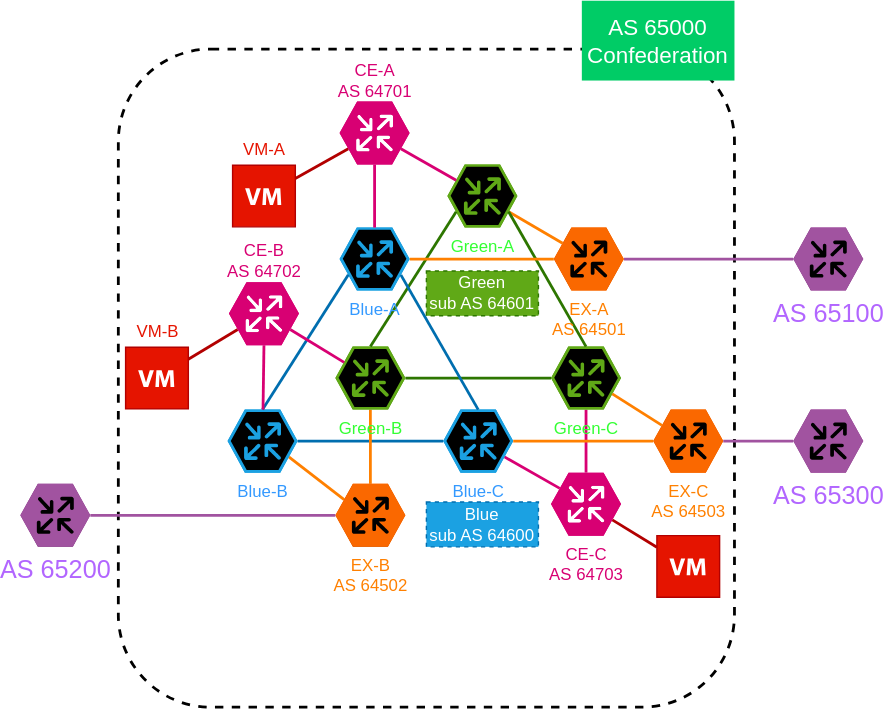
The draw.io diagram memo/topo.svg in Sabaniki/bg-switcher, before a commit. Source tidied: cells renumbered, new cells last; positions are measured from the earlier drawing's top-left corner, leaving out a move shared by most shapes.
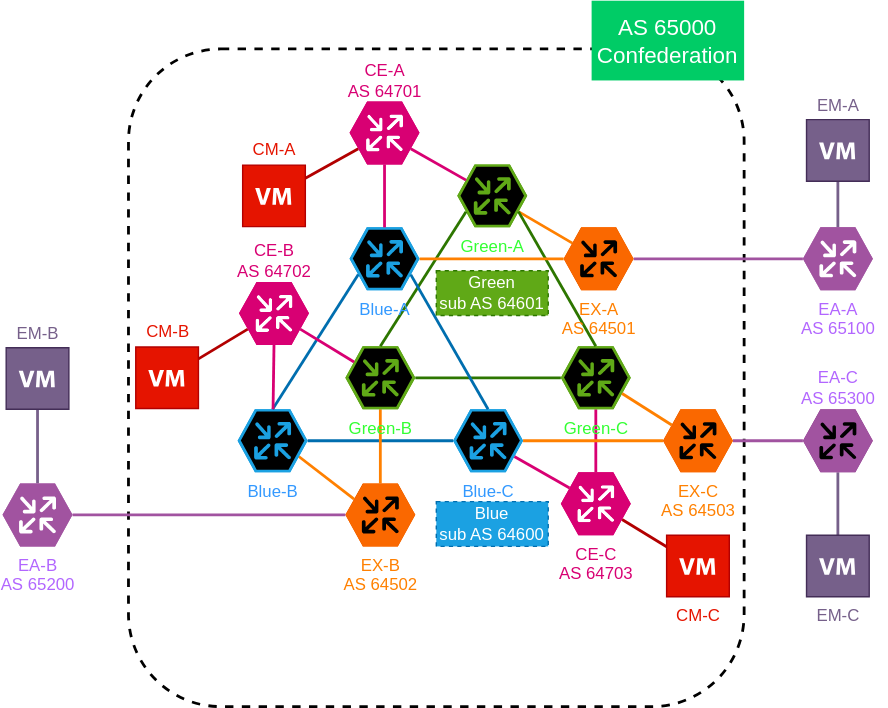
The same file after the commit.

Change to the diagram source:
```diff
@@ -47,7 +47,7 @@
     <mxCell id="16" style="edgeStyle=none;html=1;endArrow=none;endFill=0;strokeWidth=2;fillColor=#60a917;strokeColor=#2D7600;exitX=1;exitY=0.5;exitDx=0;exitDy=0;exitPerimeter=0;" parent="1" edge="1" source="11" target="14">
       <mxGeometry relative="1" as="geometry" />
     </mxCell>
-    <mxCell id="17" style="edgeStyle=none;html=1;exitX=1;exitY=0.5;exitDx=0;exitDy=0;exitPerimeter=0;entryX=0;entryY=0.5;entryDx=0;entryDy=0;entryPerimeter=0;fontSize=16;fontColor=#B266FF;endArrow=none;endFill=0;strokeWidth=2;fillColor=#76608a;strokeColor=#A153A0;" parent="1" edge="1" source="18" target="29">
+    <mxCell id="17" style="edgeStyle=none;html=1;exitX=1;exitY=0.5;exitDx=0;exitDy=0;exitPerimeter=0;entryX=0;entryY=0.5;entryDx=0;entryDy=0;entryPerimeter=0;fontSize=16;fontColor=#B266FF;endArrow=none;endFill=0;strokeWidth=2;fillColor=#76608a;strokeColor=#A153A0;" parent="1" edge="1" source="18" target="61">
       <mxGeometry relative="1" as="geometry" />
     </mxCell>
     <mxCell id="18" value="&lt;font color=&quot;#ff8000&quot;&gt;EX-A&lt;br&gt;AS 64501&lt;br&gt;&lt;/font&gt;" style="verticalLabelPosition=bottom;sketch=0;html=1;fillColor=#fa6800;strokeColor=default;verticalAlign=top;align=center;points=[[0,0.5,0],[0.125,0.25,0],[0.25,0,0],[0.5,0,0],[0.75,0,0],[0.875,0.25,0],[1,0.5,0],[0.875,0.75,0],[0.75,1,0],[0.5,1,0],[0.125,0.75,0]];shape=mxgraph.cisco_safe.compositeIcon;bgIcon=mxgraph.cisco_safe.design.blank_device;resIcon=mxgraph.cisco_safe.design.router;fontColor=#000000;direction=east;" parent="1" vertex="1">
@@ -83,18 +83,25 @@
     <mxCell id="28" value="&lt;font color=&quot;#ffffff&quot; style=&quot;font-size: 16px&quot;&gt;AS 65000&lt;br&gt;Confederation&lt;br&gt;&lt;/font&gt;" style="text;html=1;strokeColor=none;fillColor=#00CC66;align=center;verticalAlign=middle;whiteSpace=wrap;rounded=0;dashed=1;fontColor=#FF8000;direction=east;" parent="1" vertex="1">
       <mxGeometry x="401" width="109" height="57" as="geometry" />
     </mxCell>
-    <mxCell id="29" value="&lt;font color=&quot;#b266ff&quot;&gt;AS 65100&lt;/font&gt;" style="verticalLabelPosition=bottom;sketch=0;html=1;fillColor=#A153A0;strokeColor=default;verticalAlign=top;align=center;points=[[0,0.5,0],[0.125,0.25,0],[0.25,0,0],[0.5,0,0],[0.75,0,0],[0.875,0.25,0],[1,0.5,0],[0.875,0.75,0],[0.75,1,0],[0.5,1,0],[0.125,0.75,0]];shape=mxgraph.cisco_safe.compositeIcon;bgIcon=mxgraph.cisco_safe.design.blank_device;resIcon=mxgraph.cisco_safe.design.router;dashed=1;fontSize=18;fontColor=#FFFFFF;direction=east;" parent="1" vertex="1">
-      <mxGeometry x="552" y="162" width="50" height="45" as="geometry" />
-    </mxCell>
+    <mxCell id="52" style="edgeStyle=none;html=1;exitX=0.5;exitY=0;exitDx=0;exitDy=0;exitPerimeter=0;fontSize=12;fontColor=none;endArrow=none;endFill=0;strokeColor=#76608A;strokeWidth=2;" parent="1" edge="1" target="57">
+      <mxGeometry relative="1" as="geometry">
+        <mxPoint x="577" y="162" as="sourcePoint" />
+      </mxGeometry>
+    </mxCell>
+    <mxCell id="53" style="edgeStyle=none;html=1;exitX=0.5;exitY=1;exitDx=0;exitDy=0;exitPerimeter=0;fontSize=12;fontColor=none;endArrow=none;endFill=0;strokeColor=#76608A;strokeWidth=2;" parent="1" edge="1" source="30" target="58">
+      <mxGeometry relative="1" as="geometry" />
+    </mxCell>
-    <mxCell id="30" value="&lt;font color=&quot;#b266ff&quot;&gt;AS 65300&lt;/font&gt;" style="verticalLabelPosition=bottom;sketch=0;html=1;fillColor=#A153A0;strokeColor=default;verticalAlign=top;align=center;points=[[0,0.5,0],[0.125,0.25,0],[0.25,0,0],[0.5,0,0],[0.75,0,0],[0.875,0.25,0],[1,0.5,0],[0.875,0.75,0],[0.75,1,0],[0.5,1,0],[0.125,0.75,0]];shape=mxgraph.cisco_safe.compositeIcon;bgIcon=mxgraph.cisco_safe.design.blank_device;resIcon=mxgraph.cisco_safe.design.router;dashed=1;fontSize=18;fontColor=#FFFFFF;direction=east;" parent="1" vertex="1">
+    <mxCell id="30" style="verticalLabelPosition=bottom;sketch=0;html=1;fillColor=#A153A0;strokeColor=default;verticalAlign=top;align=center;points=[[0,0.5,0],[0.125,0.25,0],[0.25,0,0],[0.5,0,0],[0.75,0,0],[0.875,0.25,0],[1,0.5,0],[0.875,0.75,0],[0.75,1,0],[0.5,1,0],[0.125,0.75,0]];shape=mxgraph.cisco_safe.compositeIcon;bgIcon=mxgraph.cisco_safe.design.blank_device;resIcon=mxgraph.cisco_safe.design.router;dashed=1;fontSize=18;fontColor=#FFFFFF;direction=east;" parent="1" vertex="1">
       <mxGeometry x="552" y="292" width="50" height="45" as="geometry" />
     </mxCell>
-    <mxCell id="31" style="edgeStyle=none;html=1;exitX=1;exitY=0.5;exitDx=0;exitDy=0;exitPerimeter=0;entryX=0;entryY=0.5;entryDx=0;entryDy=0;entryPerimeter=0;fontSize=16;fontColor=#B266FF;endArrow=none;endFill=0;strokeWidth=2;strokeColor=#A153A0;" parent="1" edge="1" source="32" target="19">
+    <mxCell id="31" style="edgeStyle=none;html=1;exitX=1;exitY=0.5;exitDx=0;exitDy=0;exitPerimeter=0;entryX=0;entryY=0.5;entryDx=0;entryDy=0;entryPerimeter=0;fontSize=16;fontColor=#B266FF;endArrow=none;endFill=0;strokeWidth=2;strokeColor=#A153A0;" parent="1" edge="1" source="62" target="19">
       <mxGeometry relative="1" as="geometry" />
     </mxCell>
-    <mxCell id="32" value="&lt;font color=&quot;#b266ff&quot;&gt;AS 65200&lt;/font&gt;" style="verticalLabelPosition=bottom;sketch=0;html=1;fillColor=#A153A0;strokeColor=default;verticalAlign=top;align=center;points=[[0,0.5,0],[0.125,0.25,0],[0.25,0,0],[0.5,0,0],[0.75,0,0],[0.875,0.25,0],[1,0.5,0],[0.875,0.75,0],[0.75,1,0],[0.5,1,0],[0.125,0.75,0]];shape=mxgraph.cisco_safe.compositeIcon;bgIcon=mxgraph.cisco_safe.design.blank_device;resIcon=mxgraph.cisco_safe.design.router;dashed=1;fontSize=18;fontColor=#FFFFFF;direction=east;" parent="1" vertex="1">
-      <mxGeometry y="345" width="50" height="45" as="geometry" />
-    </mxCell>
+    <mxCell id="54" style="edgeStyle=none;html=1;exitX=0.5;exitY=0;exitDx=0;exitDy=0;exitPerimeter=0;fontSize=12;fontColor=none;endArrow=none;endFill=0;strokeColor=#76608A;strokeWidth=2;fillColor=#76608a;" parent="1" edge="1" target="55">
+      <mxGeometry relative="1" as="geometry">
+        <mxPoint x="5" y="345" as="sourcePoint" />
+      </mxGeometry>
+    </mxCell>
     <mxCell id="33" value="&lt;font color=&quot;#ffffff&quot; style=&quot;font-size: 12px&quot;&gt;&lt;span&gt;Green&lt;br&gt;sub AS 64601&lt;br&gt;&lt;/span&gt;&lt;/font&gt;" style="text;html=1;strokeColor=#2D7600;fillColor=#60a917;align=center;verticalAlign=middle;whiteSpace=wrap;rounded=0;dashed=1;fontColor=#ffffff;direction=east;" parent="1" vertex="1">
       <mxGeometry x="290" y="193" width="80" height="32" as="geometry" />
     </mxCell>
@@ -137,20 +144,44 @@
     <mxCell id="46" value="CE-B&lt;br&gt;AS 64702" style="text;html=1;align=center;verticalAlign=middle;strokeColor=none;fillColor=none;fontSize=12;fontColor=#D80073;" parent="1" vertex="1">
       <mxGeometry x="139" y="171" width="70" height="30" as="geometry" />
     </mxCell>
-    <mxCell id="47" style="shadow=0;dashed=0;html=1;strokeColor=#B20000;fillColor=#e51400;labelPosition=center;verticalLabelPosition=bottom;verticalAlign=top;align=center;outlineConnect=0;shape=mxgraph.veeam.2d.virtual_machine;fontSize=12;fontColor=none;noLabel=1;" parent="1" vertex="1">
+    <mxCell id="47" style="shadow=0;dashed=0;html=1;strokeColor=#B20000;fillColor=#e51400;labelPosition=center;verticalLabelPosition=bottom;verticalAlign=top;align=center;outlineConnect=0;shape=mxgraph.veeam.2d.virtual_machine;fontSize=12;fontColor=default;" parent="1" vertex="1">
       <mxGeometry x="75.2" y="247.5" width="44.8" height="44" as="geometry" />
     </mxCell>
-    <mxCell id="48" style="shadow=0;dashed=0;html=1;strokeColor=#B20000;fillColor=#e51400;labelPosition=center;verticalLabelPosition=bottom;verticalAlign=top;align=center;outlineConnect=0;shape=mxgraph.veeam.2d.virtual_machine;fontSize=12;fontColor=none;noLabel=1;" parent="1" vertex="1">
+    <mxCell id="48" style="shadow=0;dashed=0;html=1;strokeColor=#B20000;fillColor=#e51400;labelPosition=center;verticalLabelPosition=bottom;verticalAlign=top;align=center;outlineConnect=0;shape=mxgraph.veeam.2d.virtual_machine;fontSize=12;fontColor=default;" parent="1" vertex="1">
       <mxGeometry x="151.6" y="117.5" width="44.8" height="44" as="geometry" />
     </mxCell>
-    <mxCell id="49" value="&lt;font&gt;VM-C&lt;/font&gt;" style="shadow=0;dashed=0;html=1;strokeColor=#B20000;fillColor=#e51400;labelPosition=center;verticalLabelPosition=bottom;verticalAlign=top;align=center;outlineConnect=0;shape=mxgraph.veeam.2d.virtual_machine;fontSize=12;fontColor=none;noLabel=1;" parent="1" vertex="1">
-      <mxGeometry x="454.6" y="382" width="44.8" height="44" as="geometry" />
-    </mxCell>
-    <mxCell id="50" value="&lt;font color=&quot;#e51400&quot;&gt;VM-A&lt;br&gt;&lt;/font&gt;" style="text;html=1;align=center;verticalAlign=middle;strokeColor=none;fillColor=none;fontSize=12;fontColor=#D80073;" parent="1" vertex="1">
+    <mxCell id="50" value="&lt;font color=&quot;#e51400&quot;&gt;CM-A&lt;br&gt;&lt;/font&gt;" style="text;html=1;align=center;verticalAlign=middle;strokeColor=none;fillColor=none;fontSize=12;fontColor=#D80073;" parent="1" vertex="1">
       <mxGeometry x="149" y="97" width="50" height="20" as="geometry" />
     </mxCell>
-    <mxCell id="51" value="&lt;font color=&quot;#e51400&quot;&gt;VM-B&lt;br&gt;&lt;/font&gt;" style="text;html=1;align=center;verticalAlign=middle;strokeColor=none;fillColor=none;fontSize=12;fontColor=#D80073;" parent="1" vertex="1">
+    <mxCell id="51" value="&lt;font color=&quot;#e51400&quot;&gt;CM-B&lt;br&gt;&lt;/font&gt;" style="text;html=1;align=center;verticalAlign=middle;strokeColor=none;fillColor=none;fontSize=12;fontColor=#D80073;" parent="1" vertex="1">
       <mxGeometry x="72.6" y="227" width="50" height="20" as="geometry" />
     </mxCell>
+    <mxCell id="55" style="shadow=0;dashed=0;html=1;strokeColor=#432D57;fillColor=#76608a;labelPosition=center;verticalLabelPosition=bottom;verticalAlign=top;align=center;outlineConnect=0;shape=mxgraph.veeam.2d.virtual_machine;fontSize=12;fontColor=#ffffff;noLabel=1;" parent="1" vertex="1">
+      <mxGeometry x="-17.4" y="248" width="44.8" height="44" as="geometry" />
+    </mxCell>
+    <mxCell id="56" value="&lt;span style=&quot;color: rgb(178 , 102 , 255)&quot;&gt;&lt;font style=&quot;font-size: 12px&quot;&gt;EA-C&lt;br&gt;AS 65300&lt;/font&gt;&lt;/span&gt;" style="text;html=1;align=center;verticalAlign=middle;strokeColor=none;fillColor=none;fontSize=12;fontColor=none;" parent="1" vertex="1">
+      <mxGeometry x="542" y="262" width="70" height="30" as="geometry" />
+    </mxCell>
+    <mxCell id="57" style="shadow=0;dashed=0;html=1;strokeColor=#432D57;fillColor=#76608a;labelPosition=center;verticalLabelPosition=bottom;verticalAlign=top;align=center;outlineConnect=0;shape=mxgraph.veeam.2d.virtual_machine;fontSize=12;fontColor=#ffffff;noLabel=1;" parent="1" vertex="1">
+      <mxGeometry x="554.6" y="85" width="44.8" height="44" as="geometry" />
+    </mxCell>
+    <mxCell id="58" value="&lt;font color=&quot;#76608a&quot;&gt;EM-C&lt;/font&gt;" style="shadow=0;dashed=0;html=1;strokeColor=#432D57;fillColor=#76608a;labelPosition=center;verticalLabelPosition=bottom;verticalAlign=top;align=center;outlineConnect=0;shape=mxgraph.veeam.2d.virtual_machine;fontSize=12;fontColor=default;" parent="1" vertex="1">
+      <mxGeometry x="554.6" y="382" width="44.8" height="44" as="geometry" />
+    </mxCell>
+    <mxCell id="49" value="&lt;span style=&quot;&quot;&gt;CM-C&lt;/span&gt;" style="shadow=0;dashed=0;html=1;strokeColor=#B20000;fillColor=#e51400;labelPosition=center;verticalLabelPosition=bottom;verticalAlign=top;align=center;outlineConnect=0;shape=mxgraph.veeam.2d.virtual_machine;fontSize=12;fontColor=#E51400;" parent="1" vertex="1">
+      <mxGeometry x="454.6" y="382" width="44.8" height="44" as="geometry" />
+    </mxCell>
+    <mxCell id="59" value="&lt;font color=&quot;#76608a&quot;&gt;EM-A&lt;/font&gt;" style="text;html=1;align=center;verticalAlign=middle;strokeColor=none;fillColor=none;fontSize=12;fontColor=#D80073;" parent="1" vertex="1">
+      <mxGeometry x="552" y="65" width="50" height="20" as="geometry" />
+    </mxCell>
+    <mxCell id="60" value="&lt;font color=&quot;#76608a&quot;&gt;EM-B&lt;/font&gt;" style="text;html=1;align=center;verticalAlign=middle;strokeColor=none;fillColor=none;fontSize=12;fontColor=#D80073;" parent="1" vertex="1">
+      <mxGeometry x="-20" y="228" width="50" height="20" as="geometry" />
+    </mxCell>
+    <mxCell id="61" value="&lt;font color=&quot;#b266ff&quot;&gt;EA-A&lt;br&gt;AS 65100&lt;/font&gt;" style="verticalLabelPosition=bottom;sketch=0;html=1;fillColor=#A153A0;strokeColor=#ffffff;verticalAlign=top;align=center;points=[[0,0.5,0],[0.125,0.25,0],[0.25,0,0],[0.5,0,0],[0.75,0,0],[0.875,0.25,0],[1,0.5,0],[0.875,0.75,0],[0.75,1,0],[0.5,1,0],[0.125,0.75,0]];shape=mxgraph.cisco_safe.compositeIcon;bgIcon=mxgraph.cisco_safe.design.blank_device;resIcon=mxgraph.cisco_safe.design.router;fontSize=12;" parent="1" vertex="1">
+      <mxGeometry x="552" y="162" width="50" height="45" as="geometry" />
+    </mxCell>
+    <mxCell id="62" value="&lt;font color=&quot;#b266ff&quot;&gt;EA-B&lt;br&gt;AS 65200&lt;/font&gt;" style="verticalLabelPosition=bottom;sketch=0;html=1;fillColor=#A153A0;strokeColor=#ffffff;verticalAlign=top;align=center;points=[[0,0.5,0],[0.125,0.25,0],[0.25,0,0],[0.5,0,0],[0.75,0,0],[0.875,0.25,0],[1,0.5,0],[0.875,0.75,0],[0.75,1,0],[0.5,1,0],[0.125,0.75,0]];shape=mxgraph.cisco_safe.compositeIcon;bgIcon=mxgraph.cisco_safe.design.blank_device;resIcon=mxgraph.cisco_safe.design.router;fontSize=12;" parent="1" vertex="1">
+      <mxGeometry x="-20" y="345" width="50" height="45" as="geometry" />
+    </mxCell>
   </root>
 </mxGraphModel>
```
